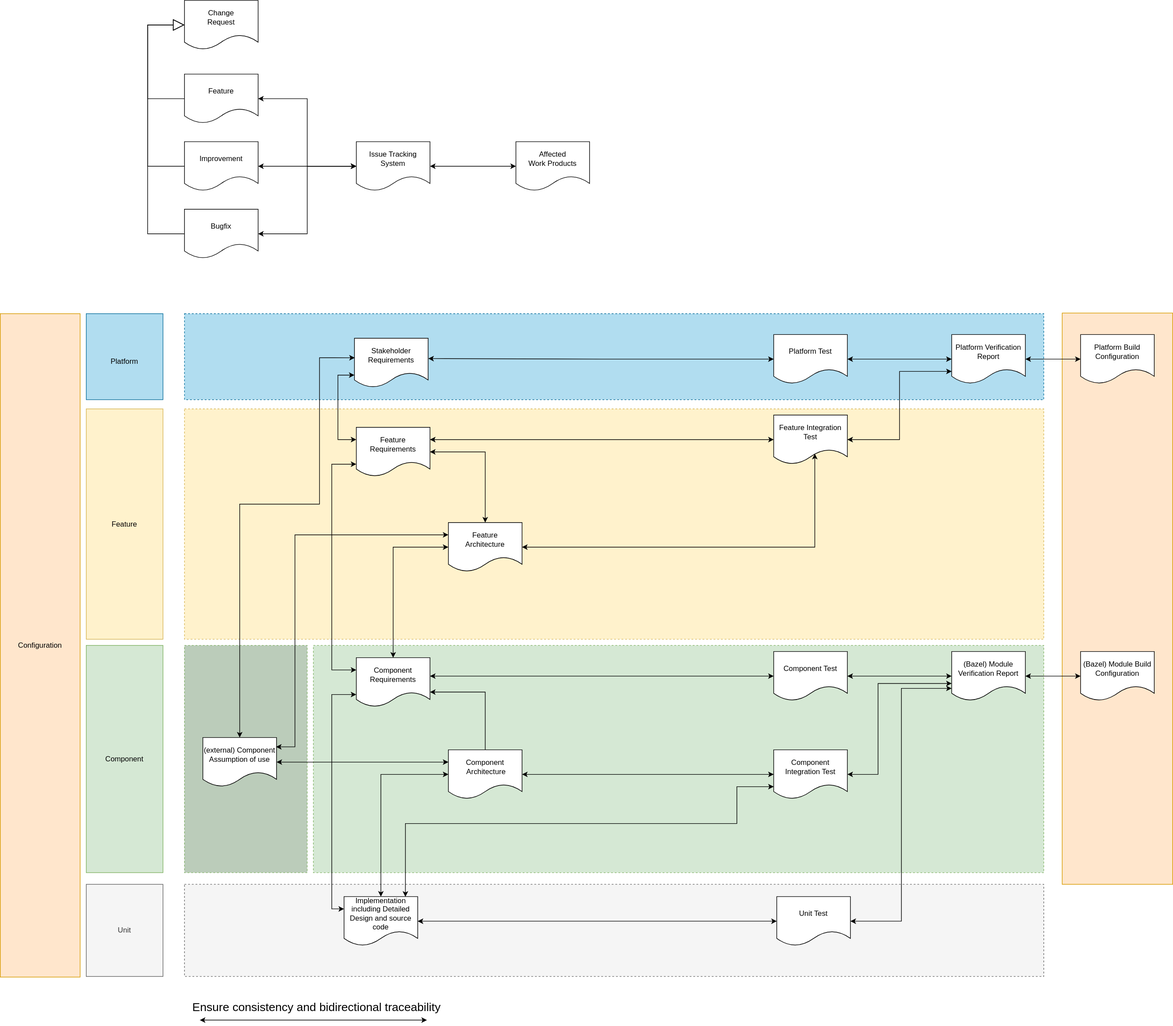
Above: masc2023_create_general_concepts/_images/score_traceability_model_wp_overview.svg in umaucher/score (draw.io), before the change. Source tidied: cells renumbered, new cells last; positions are measured from the earlier drawing's top-left corner, leaving out a move shared by most shapes.
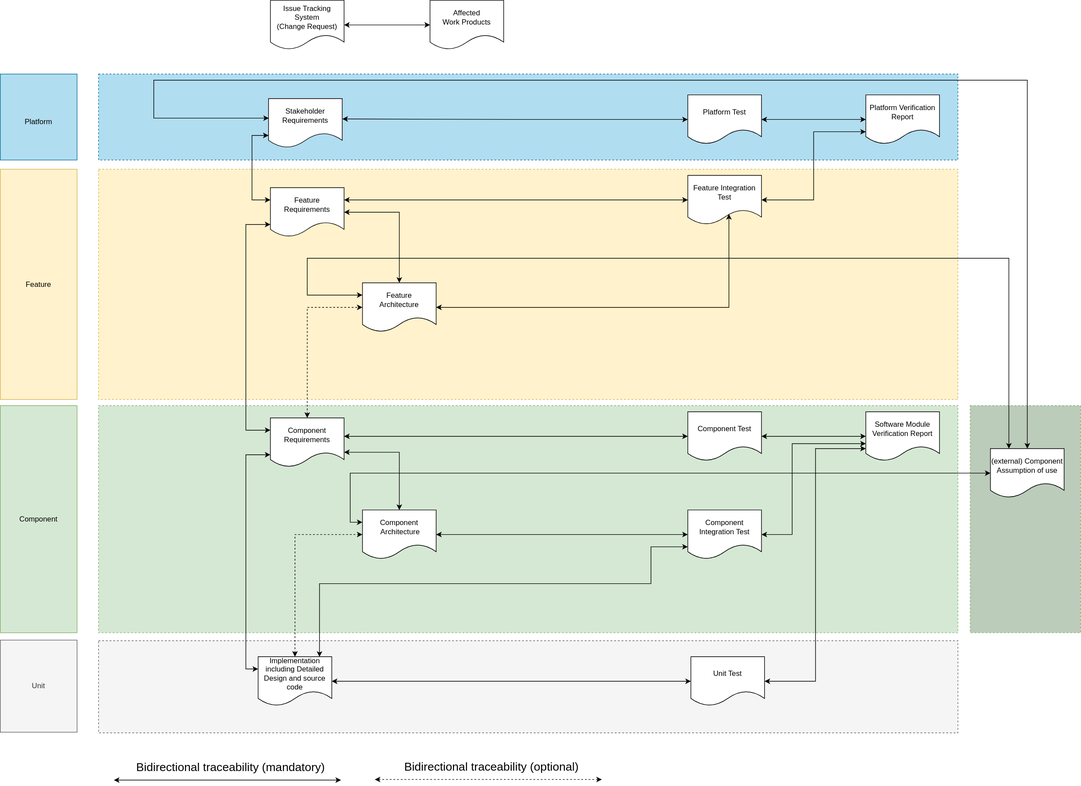
The same file after the commit.

Diff of the diagram source:
```diff
@@ -2,20 +2,17 @@
   <root>
     <mxCell id="0" />
     <mxCell id="1" parent="0" />
-    <mxCell id="2" style="rounded=0;whiteSpace=wrap;html=1;fillColor=#ffe6cc;strokeColor=#d79b00;" parent="1" vertex="1">
-      <mxGeometry x="1730" y="509" width="180" height="930" as="geometry" />
-    </mxCell>
     <mxCell id="3" style="rounded=0;whiteSpace=wrap;html=1;dashed=1;fillColor=#b1ddf0;strokeColor=#10739e;" parent="1" vertex="1">
       <mxGeometry x="300" y="510" width="1400" height="140" as="geometry" />
     </mxCell>
     <mxCell id="4" style="rounded=0;whiteSpace=wrap;html=1;dashed=1;fillColor=#f5f5f5;fontColor=#333333;strokeColor=#666666;" parent="1" vertex="1">
-      <mxGeometry x="300" y="1439" width="1400" height="150" as="geometry" />
+      <mxGeometry x="300" y="1433" width="1400" height="150" as="geometry" />
     </mxCell>
     <mxCell id="5" style="rounded=0;whiteSpace=wrap;html=1;dashed=1;fillColor=#fff2cc;strokeColor=#d6b656;" parent="1" vertex="1">
       <mxGeometry x="300" y="665" width="1400" height="375" as="geometry" />
     </mxCell>
     <mxCell id="6" style="rounded=0;whiteSpace=wrap;html=1;dashed=1;fillColor=#d5e8d4;strokeColor=#82b366;" parent="1" vertex="1">
-      <mxGeometry x="510" y="1050" width="1190" height="370" as="geometry" />
+      <mxGeometry x="300" y="1050" width="1400" height="370" as="geometry" />
     </mxCell>
     <mxCell id="7" value="Stakeholder&lt;br&gt;Requirements" style="shape=document;whiteSpace=wrap;html=1;boundedLbl=1;" parent="1" vertex="1">
       <mxGeometry x="577" y="550" width="120" height="80" as="geometry" />
@@ -48,7 +45,7 @@
     <mxCell id="13" value="Component Requirements" style="shape=document;whiteSpace=wrap;html=1;boundedLbl=1;" parent="1" vertex="1">
       <mxGeometry x="580" y="1070" width="120" height="80" as="geometry" />
     </mxCell>
-    <mxCell id="14" style="edgeStyle=orthogonalEdgeStyle;rounded=0;jettySize=auto;html=1;exitX=0.5;exitY=0;exitDx=0;exitDy=0;" parent="1" edge="1" source="17">
+    <mxCell id="14" style="edgeStyle=orthogonalEdgeStyle;rounded=0;jettySize=auto;html=1;exitX=0.5;exitY=0;exitDx=0;exitDy=0;startArrow=classic;startFill=1;" parent="1" edge="1" source="17">
       <mxGeometry relative="1" as="geometry">
         <mxPoint x="700" y="1126" as="targetPoint" />
         <Array as="points">
@@ -56,7 +53,7 @@
         </Array>
       </mxGeometry>
     </mxCell>
-    <mxCell id="15" style="edgeStyle=orthogonalEdgeStyle;rounded=0;jettySize=auto;html=1;entryX=0;entryY=0.5;entryDx=0;entryDy=0;exitX=0.5;exitY=0;exitDx=0;exitDy=0;startArrow=classic;startFill=1;" parent="1" edge="1" source="13" target="29">
+    <mxCell id="15" style="edgeStyle=orthogonalEdgeStyle;rounded=0;jettySize=auto;html=1;entryX=0;entryY=0.5;entryDx=0;entryDy=0;exitX=0.5;exitY=0;exitDx=0;exitDy=0;startArrow=classic;startFill=1;dashed=1;" parent="1" edge="1" source="13" target="29">
       <mxGeometry x="0.48" y="20" relative="1" as="geometry">
         <mxPoint y="-3" as="offset" />
       </mxGeometry>
@@ -73,7 +70,7 @@
     <mxCell id="19" style="edgeStyle=orthogonalEdgeStyle;rounded=0;jettySize=auto;html=1;entryX=0;entryY=0.75;entryDx=0;entryDy=0;exitX=0;exitY=0.25;exitDx=0;exitDy=0;startArrow=classic;startFill=1;" parent="1" edge="1" source="21" target="13">
       <mxGeometry relative="1" as="geometry" />
     </mxCell>
-    <mxCell id="20" style="edgeStyle=orthogonalEdgeStyle;rounded=0;jettySize=auto;html=1;entryX=0;entryY=0.5;entryDx=0;entryDy=0;startArrow=classic;startFill=1;exitX=0.5;exitY=0;exitDx=0;exitDy=0;" parent="1" edge="1" source="21" target="17">
+    <mxCell id="20" style="edgeStyle=orthogonalEdgeStyle;rounded=0;jettySize=auto;html=1;entryX=0;entryY=0.5;entryDx=0;entryDy=0;startArrow=classic;startFill=1;exitX=0.5;exitY=0;exitDx=0;exitDy=0;dashed=1;" parent="1" edge="1" source="21" target="17">
       <mxGeometry x="0.75" y="1" relative="1" as="geometry">
         <Array as="points">
           <mxPoint x="620" y="1260" />
@@ -115,7 +112,7 @@
       <mxGeometry x="730" y="850" width="120" height="80" as="geometry" />
     </mxCell>
     <mxCell id="30" value="Unit" style="rounded=0;whiteSpace=wrap;html=1;fillColor=#f5f5f5;fontColor=#333333;strokeColor=#666666;" parent="1" vertex="1">
-      <mxGeometry x="140" y="1439" width="125" height="150" as="geometry" />
+      <mxGeometry x="140" y="1432" width="125" height="150" as="geometry" />
     </mxCell>
     <mxCell id="31" value="&lt;div style=&quot;font-family: Consolas, &amp;quot;Courier New&amp;quot;, monospace; line-height: 19px;&quot;&gt;&lt;br&gt;&lt;/div&gt;" style="text;html=1;align=center;verticalAlign=middle;strokeColor=none;fillColor=none;fontSize=6;fontColor=#000000;" parent="1" vertex="1">
       <mxGeometry x="625" y="730" width="20" height="30" as="geometry" />
@@ -146,28 +143,10 @@
     <mxCell id="38" value="Feature Integration Test" style="shape=document;whiteSpace=wrap;html=1;boundedLbl=1;" parent="1" vertex="1">
       <mxGeometry x="1260" y="675" width="120" height="80" as="geometry" />
     </mxCell>
-    <mxCell id="39" value="Feature" style="shape=document;whiteSpace=wrap;html=1;boundedLbl=1;" parent="1" vertex="1">
-      <mxGeometry x="300" y="120" width="120" height="80" as="geometry" />
-    </mxCell>
-    <mxCell id="40" style="edgeStyle=orthogonalEdgeStyle;rounded=0;jettySize=auto;html=1;entryX=1;entryY=0.5;entryDx=0;entryDy=0;startArrow=classic;startFill=1;" parent="1" edge="1" source="42" target="39">
-      <mxGeometry relative="1" as="geometry" />
-    </mxCell>
-    <mxCell id="41" style="edgeStyle=orthogonalEdgeStyle;rounded=0;jettySize=auto;html=1;startArrow=classic;startFill=1;endArrow=classic;endFill=1;exitX=1;exitY=0.5;exitDx=0;exitDy=0;entryX=0;entryY=0.5;entryDx=0;entryDy=0;" parent="1" edge="1" source="42" target="52">
-      <mxGeometry relative="1" as="geometry" />
-    </mxCell>
-    <mxCell id="42" value="Issue Tracking System" style="shape=document;whiteSpace=wrap;html=1;boundedLbl=1;" parent="1" vertex="1">
-      <mxGeometry x="580" y="230" width="120" height="80" as="geometry" />
-    </mxCell>
-    <mxCell id="43" style="edgeStyle=orthogonalEdgeStyle;rounded=0;jettySize=auto;html=1;entryX=0;entryY=0.5;entryDx=0;entryDy=0;startArrow=classic;startFill=1;" parent="1" edge="1" source="44" target="61">
-      <mxGeometry relative="1" as="geometry" />
-    </mxCell>
     <mxCell id="44" value="Platform Verification Report" style="shape=document;whiteSpace=wrap;html=1;boundedLbl=1;" parent="1" vertex="1">
       <mxGeometry x="1550" y="544" width="120" height="80" as="geometry" />
     </mxCell>
-    <mxCell id="45" style="edgeStyle=orthogonalEdgeStyle;rounded=0;jettySize=auto;html=1;exitX=1;exitY=0.5;exitDx=0;exitDy=0;startArrow=classic;startFill=1;" parent="1" edge="1" source="46" target="60">
-      <mxGeometry relative="1" as="geometry" />
-    </mxCell>
-    <mxCell id="46" value="(Bazel) Module Verification Report" style="shape=document;whiteSpace=wrap;html=1;boundedLbl=1;" parent="1" vertex="1">
+    <mxCell id="46" value="Software Module Verification Report" style="shape=document;whiteSpace=wrap;html=1;boundedLbl=1;" parent="1" vertex="1">
       <mxGeometry x="1550" y="1060" width="120" height="80" as="geometry" />
     </mxCell>
     <mxCell id="47" style="edgeStyle=orthogonalEdgeStyle;rounded=0;jettySize=auto;html=1;entryX=0.833;entryY=0.003;entryDx=0;entryDy=0;entryPerimeter=0;startArrow=classic;startFill=1;endArrow=classic;endFill=1;exitX=0;exitY=0.75;exitDx=0;exitDy=0;" parent="1" edge="1" source="49" target="21">
@@ -190,40 +169,37 @@
     <mxCell id="49" value="Component Integration Test" style="shape=document;whiteSpace=wrap;html=1;boundedLbl=1;" parent="1" vertex="1">
       <mxGeometry x="1260" y="1220" width="120" height="80" as="geometry" />
     </mxCell>
-    <mxCell id="50" style="edgeStyle=orthogonalEdgeStyle;rounded=0;jettySize=auto;html=1;entryX=0;entryY=0.5;entryDx=0;entryDy=0;startArrow=classic;startFill=1;" parent="1" edge="1" source="51" target="42">
-      <mxGeometry relative="1" as="geometry" />
-    </mxCell>
-    <mxCell id="51" value="Bugfix" style="shape=document;whiteSpace=wrap;html=1;boundedLbl=1;" parent="1" vertex="1">
-      <mxGeometry x="300" y="340" width="120" height="80" as="geometry" />
-    </mxCell>
-    <mxCell id="52" value="Affected&lt;br&gt;Work Products" style="shape=document;whiteSpace=wrap;html=1;boundedLbl=1;" parent="1" vertex="1">
-      <mxGeometry x="840" y="230" width="120" height="80" as="geometry" />
-    </mxCell>
     <mxCell id="53" style="rounded=0;whiteSpace=wrap;html=1;dashed=1;fillColor=#BBCCBA;strokeColor=#82b366;" parent="1" vertex="1">
-      <mxGeometry x="300" y="1050" width="200" height="370" as="geometry" />
+      <mxGeometry x="1720" y="1050" width="180" height="370" as="geometry" />
     </mxCell>
     <mxCell id="54" style="edgeStyle=orthogonalEdgeStyle;rounded=0;jettySize=auto;html=1;entryX=0;entryY=0.25;entryDx=0;entryDy=0;startArrow=classic;startFill=1;" parent="1" edge="1" source="57" target="17">
-      <mxGeometry relative="1" as="geometry" />
+      <mxGeometry relative="1" as="geometry">
+        <Array as="points">
+          <mxPoint x="710" y="1160" />
+          <mxPoint x="710" y="1240" />
+        </Array>
+      </mxGeometry>
     </mxCell>
-    <mxCell id="55" style="edgeStyle=orthogonalEdgeStyle;rounded=0;jettySize=auto;html=1;entryX=0;entryY=0.25;entryDx=0;entryDy=0;startArrow=classic;startFill=1;exitX=0.993;exitY=0.19;exitDx=0;exitDy=0;exitPerimeter=0;" parent="1" edge="1" source="57" target="29">
+    <mxCell id="55" style="edgeStyle=orthogonalEdgeStyle;rounded=0;jettySize=auto;html=1;entryX=0;entryY=0.25;entryDx=0;entryDy=0;startArrow=classic;startFill=1;exitX=0.25;exitY=0;exitDx=0;exitDy=0;" parent="1" edge="1" source="57" target="29">
       <mxGeometry relative="1" as="geometry">
         <Array as="points">
-          <mxPoint x="480" y="1215" />
-          <mxPoint x="480" y="870" />
+          <mxPoint x="1783" y="810" />
+          <mxPoint x="640" y="810" />
+          <mxPoint x="640" y="870" />
         </Array>
       </mxGeometry>
     </mxCell>
     <mxCell id="56" style="edgeStyle=orthogonalEdgeStyle;rounded=0;jettySize=auto;html=1;entryX=0.004;entryY=0.398;entryDx=0;entryDy=0;entryPerimeter=0;startArrow=classic;startFill=1;exitX=0.5;exitY=0;exitDx=0;exitDy=0;" parent="1" edge="1" source="57" target="7">
       <mxGeometry relative="1" as="geometry">
         <Array as="points">
-          <mxPoint x="390" y="820" />
-          <mxPoint x="520" y="820" />
-          <mxPoint x="520" y="582" />
+          <mxPoint x="1813" y="520" />
+          <mxPoint x="390" y="520" />
+          <mxPoint x="390" y="582" />
         </Array>
       </mxGeometry>
     </mxCell>
     <mxCell id="57" value="(external) Component Assumption of use" style="shape=document;whiteSpace=wrap;html=1;boundedLbl=1;" parent="1" vertex="1">
-      <mxGeometry x="330" y="1200" width="120" height="80" as="geometry" />
+      <mxGeometry x="1753" y="1120" width="120" height="80" as="geometry" />
     </mxCell>
     <mxCell id="58" style="edgeStyle=orthogonalEdgeStyle;rounded=0;orthogonalLoop=1;jettySize=auto;html=1;startArrow=classic;startFill=1;" parent="1" edge="1">
       <mxGeometry x="0.38" y="5" relative="1" as="geometry">
@@ -234,52 +210,29 @@
         </Array>
       </mxGeometry>
     </mxCell>
-    <mxCell id="59" value="Ensure consistency and bidirectional traceability" style="text;html=1;align=center;verticalAlign=middle;strokeColor=none;fillColor=none;fontSize=19;" parent="1" vertex="1">
-      <mxGeometry x="300" y="1620" width="430" height="40" as="geometry" />
+    <mxCell id="59" value="Bidirectional traceability (mandatory)" style="text;html=1;align=center;verticalAlign=middle;strokeColor=none;fillColor=none;fontSize=19;" parent="1" vertex="1">
+      <mxGeometry x="350" y="1620" width="330" height="40" as="geometry" />
     </mxCell>
-    <mxCell id="60" value="(Bazel) Module Build Configuration" style="shape=document;whiteSpace=wrap;html=1;boundedLbl=1;" parent="1" vertex="1">
-      <mxGeometry x="1760" y="1060" width="120" height="80" as="geometry" />
-    </mxCell>
-    <mxCell id="61" value="Platform Build Configuration" style="shape=document;whiteSpace=wrap;html=1;boundedLbl=1;" parent="1" vertex="1">
-      <mxGeometry x="1760" y="544" width="120" height="80" as="geometry" />
-    </mxCell>
-    <mxCell id="62" value="Configuration" style="rounded=0;whiteSpace=wrap;html=1;fillColor=#ffe6cc;strokeColor=#d79b00;" parent="1" vertex="1">
-      <mxGeometry y="510" width="130" height="1080" as="geometry" />
-    </mxCell>
-    <mxCell id="63" value="Change&lt;br&gt;Request" style="shape=document;whiteSpace=wrap;html=1;boundedLbl=1;" parent="1" vertex="1">
-      <mxGeometry x="300" width="120" height="80" as="geometry" />
-    </mxCell>
-    <mxCell id="64" style="endArrow=block;endSize=16;endFill=0;html=1;rounded=0;entryX=0;entryY=0.5;entryDx=0;entryDy=0;exitX=0;exitY=0.5;exitDx=0;exitDy=0;" parent="1" edge="1" source="39" target="63">
-      <mxGeometry relative="1" as="geometry">
-        <Array as="points">
-          <mxPoint x="240" y="160" />
-          <mxPoint x="240" y="40" />
-        </Array>
-      </mxGeometry>
-    </mxCell>
-    <mxCell id="65" style="edgeStyle=orthogonalEdgeStyle;rounded=0;jettySize=auto;html=1;entryX=0;entryY=0.5;entryDx=0;entryDy=0;startArrow=classic;startFill=1;" parent="1" edge="1" source="66" target="42">
-      <mxGeometry relative="1" as="geometry" />
-    </mxCell>
-    <mxCell id="66" value="Improvement" style="shape=document;whiteSpace=wrap;html=1;boundedLbl=1;" parent="1" vertex="1">
-      <mxGeometry x="300" y="230" width="120" height="80" as="geometry" />
-    </mxCell>
-    <mxCell id="67" style="endArrow=block;endSize=16;endFill=0;html=1;rounded=0;exitX=0;exitY=0.5;exitDx=0;exitDy=0;" parent="1" edge="1" source="51">
-      <mxGeometry relative="1" as="geometry">
-        <mxPoint x="300" y="40" as="targetPoint" />
-        <Array as="points">
-          <mxPoint x="240" y="380" />
-          <mxPoint x="240" y="40" />
-        </Array>
-      </mxGeometry>
-    </mxCell>
-    <mxCell id="68" style="endArrow=block;endSize=16;endFill=0;html=1;rounded=0;exitX=0;exitY=0.5;exitDx=0;exitDy=0;" parent="1" edge="1" source="66">
-      <mxGeometry relative="1" as="geometry">
-        <mxPoint x="300" y="40" as="targetPoint" />
-        <Array as="points">
-          <mxPoint x="240" y="270" />
-          <mxPoint x="240" y="40" />
-        </Array>
-      </mxGeometry>
-    </mxCell>
+    <mxCell id="69" style="edgeStyle=orthogonalEdgeStyle;rounded=0;jettySize=auto;html=1;startArrow=classic;startFill=1;endArrow=classic;endFill=1;exitX=1;exitY=0.5;exitDx=0;exitDy=0;entryX=0;entryY=0.5;entryDx=0;entryDy=0;" parent="1" edge="1" source="70" target="52">
+      <mxGeometry relative="1" as="geometry" />
+    </mxCell>
+    <mxCell id="70" value="Issue Tracking System&lt;br&gt;(Change Request)" style="shape=document;whiteSpace=wrap;html=1;boundedLbl=1;" parent="1" vertex="1">
+      <mxGeometry x="580" y="390" width="120" height="80" as="geometry" />
+    </mxCell>
+    <mxCell id="52" value="Affected&lt;br&gt;Work Products" style="shape=document;whiteSpace=wrap;html=1;boundedLbl=1;" parent="1" vertex="1">
+      <mxGeometry x="840" y="390" width="120" height="80" as="geometry" />
+    </mxCell>
+    <mxCell id="71" style="edgeStyle=orthogonalEdgeStyle;rounded=0;orthogonalLoop=1;jettySize=auto;html=1;startArrow=classic;startFill=1;dashed=1;" parent="1" edge="1">
+      <mxGeometry x="0.38" y="5" relative="1" as="geometry">
+        <mxPoint x="750" y="1659" as="sourcePoint" />
+        <mxPoint x="1120" y="1659" as="targetPoint" />
+        <Array as="points">
+          <mxPoint x="767" y="1659" />
+        </Array>
+      </mxGeometry>
+    </mxCell>
+    <mxCell id="72" value="Bidirectional traceability (optional)" style="text;html=1;align=center;verticalAlign=middle;strokeColor=none;fillColor=none;fontSize=19;" parent="1" vertex="1">
+      <mxGeometry x="785" y="1619" width="310" height="40" as="geometry" />
+    </mxCell>
   </root>
 </mxGraphModel>
```
